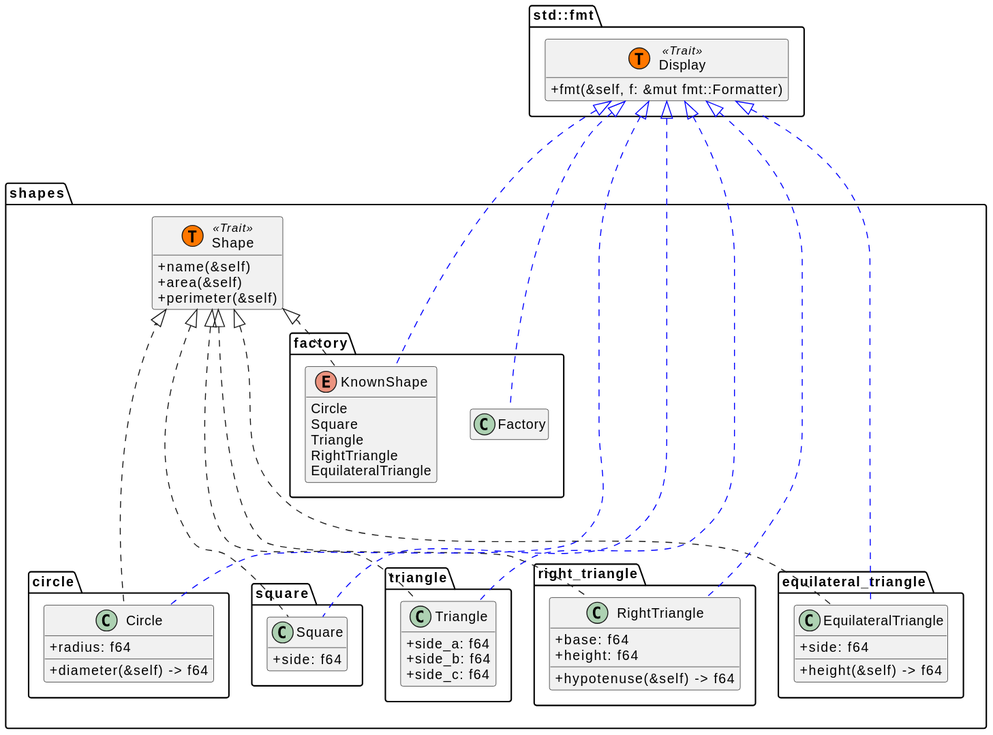
cstkennedy/cs330-examples keeps this PlantUML diagram as Review-06-Rust-Shapes/uml/shapes.svg. Above is the earlier version.
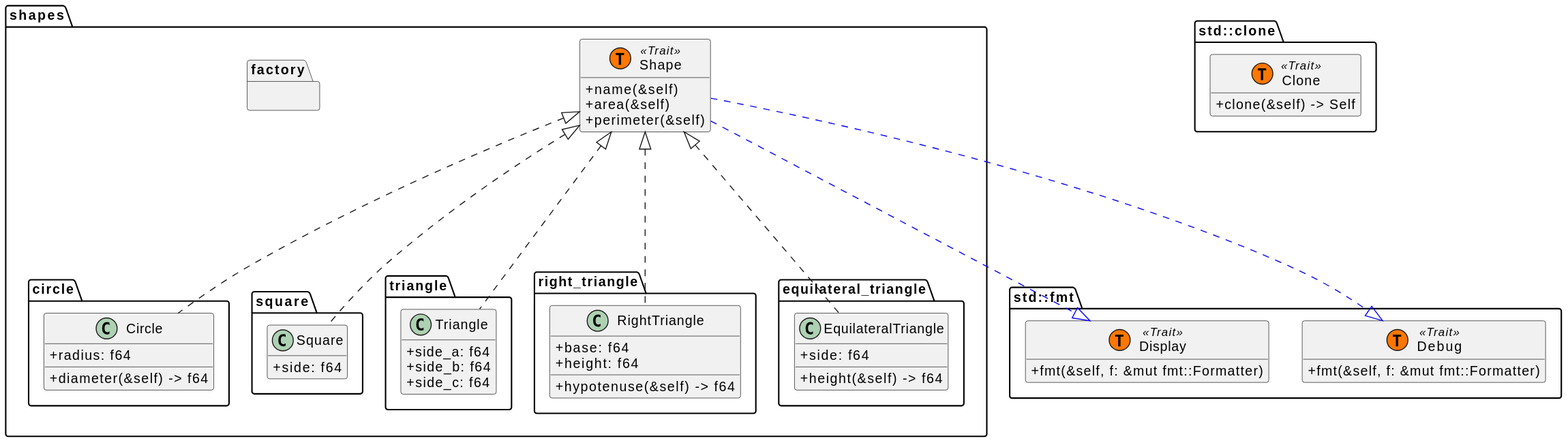
Above is the later version.

Commit message:
Update UML class diagrams

Change to the diagram source:
```diff
@@ -10,17 +10,6 @@
     }
 
     package factory {
-        enum KnownShape {
-            Circle
-            Square
-            Triangle
-            RightTriangle
-            EquilateralTriangle
-        }
-
-        class Factory {
-
-        }
     }
 
     package circle {
@@ -64,21 +53,25 @@
     class Display << (T,#FF7700) Trait >> {
         + fmt(&self, f: &mut fmt::Formatter)
     }
+
+    class Debug << (T,#FF7700) Trait >> {
+        + fmt(&self, f: &mut fmt::Formatter)
+    }
 }
+
+package std::clone {
+    class Clone << (T,#FF7700) Trait >> {
+        +clone(&self) -> Self
+    }
+}
+
+
+Shape .[#blue]...|> Display
+Shape .[#blue]...|> Debug
 
 Shape <|.... Circle
 Shape <|.... Square
 Shape <|.... Triangle
 Shape <|.... RightTriangle
 Shape <|.... EquilateralTriangle
-
-Shape <|.. KnownShape
-
-Display <|.[#blue]... Circle
-Display <|.[#blue]... Square
-Display <|.[#blue]... Triangle
-Display <|.[#blue]... RightTriangle
-Display <|.[#blue]... EquilateralTriangle
-Display <|.[#blue]... KnownShape
-Display <|.[#blue]... Factory
 @enduml
```
